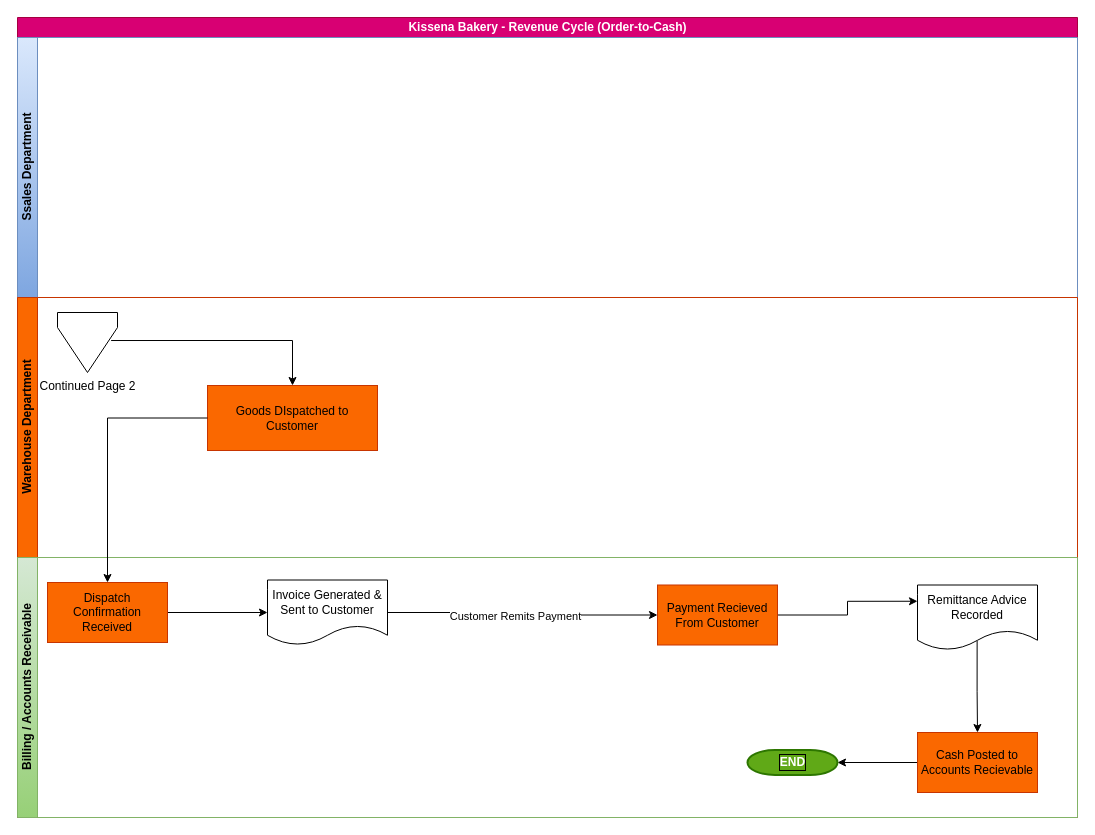
Before: page "Page-2" (2 of 2) of Revenue_Cycle_Control.drawio in callefrankie227-beep/drawio, a draw.io diagram. Source tidied: cells renumbered, new cells numbered last; positions are measured from the earlier drawing's top-left corner, leaving out a move shared by most shapes. Both pictures are drawn from the tidied source at 100%, with x=0, y=0 at pixel (17, 17).
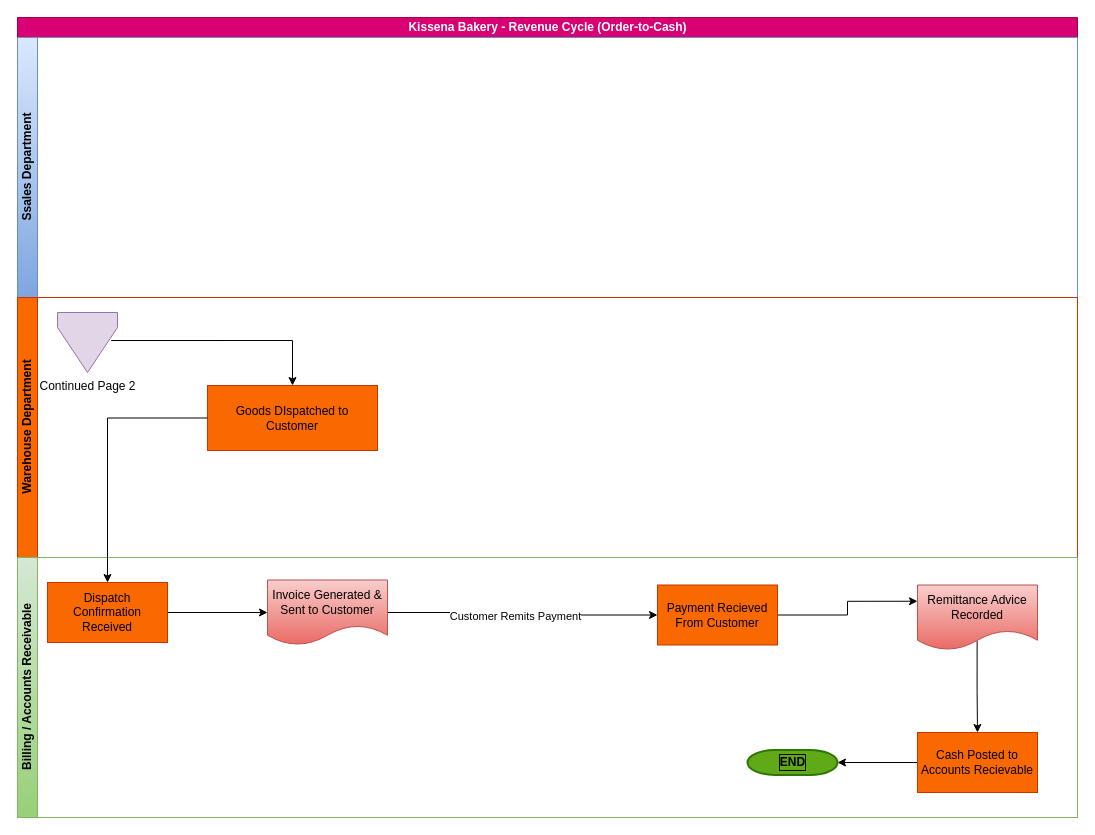
Above is the later version.

Unchanged cells that the change refers to:
```xml
<mxCell id="2" value="Kissena Bakery - Revenue Cycle (Order-to-Cash)" style="swimlane;horizontal=1;startSize=20;html=1;fillColor=#d80073;strokeColor=#A50040;fontColor=#ffffff;" parent="1" vertex="1">
  <mxGeometry width="1060" height="800" as="geometry" />
</mxCell>
<mxCell id="4" value="Warehouse Department" style="swimlane;startSize=20;horizontal=0;html=1;fillColor=#fa6800;strokeColor=#C73500;fontColor=#000000;" parent="2" vertex="1">
  <mxGeometry y="280" width="1060" height="260" as="geometry" />
</mxCell>
```

What changed in the source:
```diff
@@
-    <mxCell id="7" value="Continued Page 2" style="verticalLabelPosition=bottom;verticalAlign=top;html=1;shape=offPageConnector;rounded=0;size=0.75;" parent="4" vertex="1">
+    <mxCell id="7" value="Continued Page 2" style="verticalLabelPosition=bottom;verticalAlign=top;html=1;shape=offPageConnector;rounded=0;size=0.75;fillColor=#e1d5e7;strokeColor=#9673a6;" parent="4" vertex="1">
       <mxGeometry x="40" y="15" width="60" height="60" as="geometry" />
     </mxCell>
@@
-    <mxCell id="9" value="Billing / Accounts Receivable" style="swimlane;startSize=20;horizontal=0;html=1;fillColor=#d5e8d4;gradientColor=#97d077;strokeColor=#82b366;" parent="2" vertex="1">
+    <mxCell id="9" value="Billing / Accounts Receivable" style="swimlane;startSize=20;horizontal=0;html=1;fillColor=#d5e8d4;gradientColor=#97d077;strokeColor=#82b366;fontColor=light-dark(default, #f6efef);" parent="2" vertex="1">
       <mxGeometry y="540" width="1060" height="260" as="geometry" />
     </mxCell>
@@
-    <mxCell id="14" value="Invoice Generated &amp;amp; Sent to Customer" style="shape=document;whiteSpace=wrap;html=1;boundedLbl=1;" parent="9" vertex="1">
+    <mxCell id="14" value="Invoice Generated &amp;amp; Sent to Customer" style="shape=document;whiteSpace=wrap;html=1;boundedLbl=1;fillColor=#f8cecc;strokeColor=#b85450;gradientColor=#ea6b66;" parent="9" vertex="1">
       <mxGeometry x="250" y="22.5" width="120" height="65" as="geometry" />
     </mxCell>
@@
-    <mxCell id="18" value="Remittance Advice Recorded" style="shape=document;whiteSpace=wrap;html=1;boundedLbl=1;" parent="9" vertex="1">
+    <mxCell id="18" value="Remittance Advice Recorded" style="shape=document;whiteSpace=wrap;html=1;boundedLbl=1;fillColor=#f8cecc;strokeColor=#b85450;gradientColor=#ea6b66;" parent="9" vertex="1">
       <mxGeometry x="900" y="27.5" width="120" height="65" as="geometry" />
     </mxCell>
@@
-    <mxCell id="21" value="&lt;b&gt;END&lt;/b&gt;" style="strokeWidth=2;html=1;shape=mxgraph.flowchart.terminator;fillColor=light-dark(#60A917,#003300);strokeColor=#2D7600;fontColor=#ffffff;labelBorderColor=light-dark(#000000,#66FF66);" parent="9" vertex="1">
+    <mxCell id="21" value="&lt;b&gt;&lt;font style=&quot;color: light-dark(rgb(0, 0, 0), rgb(255, 255, 255));&quot;&gt;END&lt;/font&gt;&lt;/b&gt;" style="strokeWidth=2;html=1;shape=mxgraph.flowchart.terminator;fillColor=light-dark(#60A917,#003300);strokeColor=#2D7600;fontColor=#ffffff;labelBorderColor=light-dark(#000000,#66FF66);" parent="9" vertex="1">
       <mxGeometry x="730" y="192.5" width="90" height="25" as="geometry" />
     </mxCell>
```
